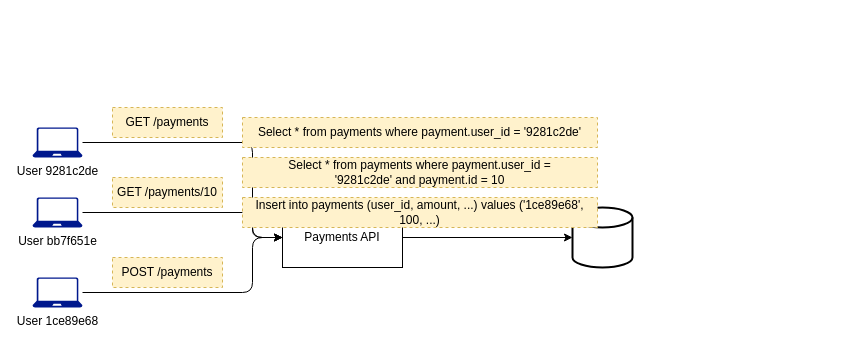
This is page "11.9" (9 of 10) of ch11.drawio from abunuwas/api-sec-book-imgs, a draw.io file, before an edit. Source tidied: cells renumbered, new cells numbered last; positions are measured from the earlier drawing's top-left corner, leaving out a move shared by most shapes. Both pictures are drawn from the tidied source at 100%, with x=0, y=0 at pixel (32, 107).
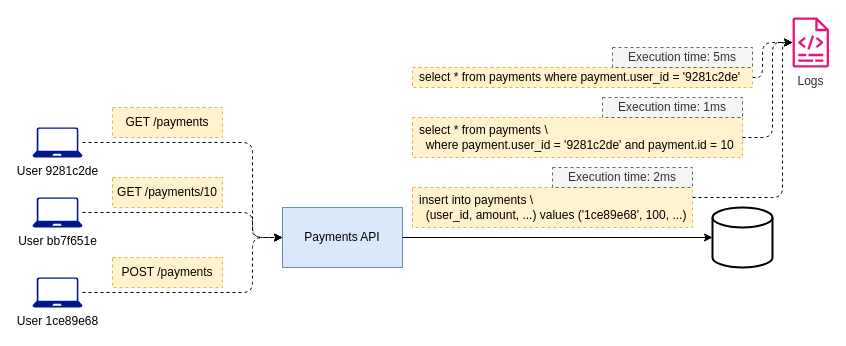
Above is the later version.

The change refers to these unchanged cells:
```xml
<mxCell id="4" value="User 9281c2de" style="sketch=0;shadow=0;dashed=0;html=1;strokeColor=none;labelPosition=center;verticalLabelPosition=bottom;verticalAlign=top;align=center;fillColor=#00188D;shape=mxgraph.azure.laptop;" parent="1" vertex="1">
  <mxGeometry y="20" width="50" height="30" as="geometry" />
</mxCell>
<mxCell id="7" value="User bb7f651e" style="sketch=0;shadow=0;dashed=0;html=1;strokeColor=none;labelPosition=center;verticalLabelPosition=bottom;verticalAlign=top;align=center;fillColor=#00188D;shape=mxgraph.azure.laptop;" parent="1" vertex="1">
  <mxGeometry y="90" width="50" height="30" as="geometry" />
</mxCell>
<mxCell id="9" value="User 1ce89e68" style="sketch=0;shadow=0;dashed=0;html=1;strokeColor=none;labelPosition=center;verticalLabelPosition=bottom;verticalAlign=top;align=center;fillColor=#00188D;shape=mxgraph.azure.laptop;" parent="1" vertex="1">
  <mxGeometry y="170" width="50" height="30" as="geometry" />
</mxCell>
```

Change to the diagram source:
```diff
@@
-    <mxCell id="2" value="Payments API" style="rounded=0;whiteSpace=wrap;html=1;" parent="1" vertex="1">
+    <mxCell id="2" value="Payments API" style="rounded=0;whiteSpace=wrap;html=1;fillColor=#dae8fc;strokeColor=#6c8ebf;" parent="1" vertex="1">
       <mxGeometry x="250" y="100" width="120" height="60" as="geometry" />
     </mxCell>
-    <mxCell id="3" style="edgeStyle=orthogonalEdgeStyle;rounded=1;jettySize=auto;html=1;entryX=0;entryY=0.5;entryDx=0;entryDy=0;curved=0;" parent="1" edge="1" source="4" target="2">
+    <mxCell id="3" style="edgeStyle=orthogonalEdgeStyle;rounded=1;jettySize=auto;html=1;entryX=0;entryY=0.5;entryDx=0;entryDy=0;curved=0;dashed=1;" parent="1" edge="1" source="4" target="2">
       <mxGeometry relative="1" as="geometry">
         <Array as="points">
           <mxPoint x="220" y="35" />
           <mxPoint x="220" y="130" />
         </Array>
       </mxGeometry>
     </mxCell>
@@
     <mxCell id="5" style="strokeWidth=2;html=1;shape=mxgraph.flowchart.database;whiteSpace=wrap;" parent="1" vertex="1">
-      <mxGeometry x="540" y="100" width="60" height="60" as="geometry" />
+      <mxGeometry x="680" y="100" width="60" height="60" as="geometry" />
     </mxCell>
-    <mxCell id="6" style="edgeStyle=orthogonalEdgeStyle;rounded=1;jettySize=auto;html=1;entryX=0;entryY=0.5;entryDx=0;entryDy=0;curved=0;" parent="1" edge="1" source="7" target="2">
+    <mxCell id="6" style="edgeStyle=orthogonalEdgeStyle;rounded=1;jettySize=auto;html=1;entryX=0;entryY=0.5;entryDx=0;entryDy=0;curved=0;dashed=1;" parent="1" edge="1" source="7" target="2">
       <mxGeometry relative="1" as="geometry">
         <Array as="points">
           <mxPoint x="220" y="105" />
           <mxPoint x="220" y="130" />
         </Array>
       </mxGeometry>
     </mxCell>
@@
-    <mxCell id="8" style="edgeStyle=orthogonalEdgeStyle;rounded=1;jettySize=auto;html=1;entryX=0;entryY=0.5;entryDx=0;entryDy=0;curved=0;" parent="1" edge="1" source="9" target="2">
+    <mxCell id="8" style="edgeStyle=orthogonalEdgeStyle;rounded=1;jettySize=auto;html=1;entryX=0;entryY=0.5;entryDx=0;entryDy=0;curved=0;dashed=1;" parent="1" edge="1" source="9" target="2">
       <mxGeometry relative="1" as="geometry">
         <Array as="points">
           <mxPoint x="220" y="185" />
           <mxPoint x="220" y="130" />
         </Array>
       </mxGeometry>
     </mxCell>
@@
+    <mxCell id="17" style="edgeStyle=orthogonalEdgeStyle;rounded=1;jettySize=auto;html=1;curved=0;dashed=1;" parent="1" edge="1" source="14" target="20">
+      <mxGeometry relative="1" as="geometry">
+        <Array as="points">
+          <mxPoint x="730" y="-30" />
+          <mxPoint x="730" y="-65" />
+        </Array>
+      </mxGeometry>
+    </mxCell>
-    <mxCell id="14" value="Select * from payments where payment.user_id = '&lt;span style=&quot;text-wrap-mode: nowrap;&quot;&gt;9281c2de'&lt;/span&gt;" style="text;html=1;align=center;verticalAlign=middle;whiteSpace=wrap;rounded=0;dashed=1;fillColor=#fff2cc;strokeColor=#d6b656;" parent="1" vertex="1">
-      <mxGeometry x="210" y="10" width="355" height="30" as="geometry" />
+    <mxCell id="14" value="select * from payments where payment.user_id = '&lt;span style=&quot;text-wrap-mode: nowrap;&quot;&gt;9281c2de'&lt;/span&gt;" style="text;html=1;align=left;verticalAlign=middle;whiteSpace=wrap;rounded=0;dashed=1;fillColor=#fff2cc;strokeColor=#d6b656;spacingLeft=5;" parent="1" vertex="1">
+      <mxGeometry x="380" y="-40" width="340" height="20" as="geometry" />
     </mxCell>
+    <mxCell id="18" style="edgeStyle=orthogonalEdgeStyle;rounded=1;jettySize=auto;html=1;curved=0;dashed=1;" parent="1" edge="1" source="15" target="20">
+      <mxGeometry relative="1" as="geometry">
+        <Array as="points">
+          <mxPoint x="740" y="30" />
+          <mxPoint x="740" y="-65" />
+        </Array>
+      </mxGeometry>
+    </mxCell>
-    <mxCell id="15" value="Select * from payments where payment.user_id = '&lt;span style=&quot;text-wrap-mode: nowrap;&quot;&gt;9281c2de' and payment.id = 10&lt;/span&gt;" style="text;html=1;align=center;verticalAlign=middle;whiteSpace=wrap;rounded=0;dashed=1;fillColor=#fff2cc;strokeColor=#d6b656;" parent="1" vertex="1">
-      <mxGeometry x="210" y="50" width="355" height="30" as="geometry" />
+    <mxCell id="15" value="select * from payments \&lt;div&gt;&amp;nbsp; where payment.user_id = '&lt;span style=&quot;text-wrap-mode: nowrap;&quot;&gt;9281c2de' and payment.id = 10&lt;/span&gt;&lt;/div&gt;" style="text;html=1;align=left;verticalAlign=middle;whiteSpace=wrap;rounded=0;dashed=1;fillColor=#fff2cc;strokeColor=#d6b656;spacingLeft=5;" parent="1" vertex="1">
+      <mxGeometry x="380" y="10" width="330" height="40" as="geometry" />
     </mxCell>
+    <mxCell id="19" style="edgeStyle=orthogonalEdgeStyle;rounded=1;jettySize=auto;html=1;curved=0;dashed=1;" parent="1" edge="1" source="16" target="20">
+      <mxGeometry relative="1" as="geometry">
+        <Array as="points">
+          <mxPoint x="750" y="90" />
+          <mxPoint x="750" y="-65" />
+        </Array>
+      </mxGeometry>
+    </mxCell>
-    <mxCell id="16" value="Insert into payments (user_id, amount, ...) values ('1ce89e68', 100, ...)" style="text;html=1;align=center;verticalAlign=middle;whiteSpace=wrap;rounded=0;dashed=1;fillColor=#fff2cc;strokeColor=#d6b656;" parent="1" vertex="1">
-      <mxGeometry x="210" y="90" width="355" height="30" as="geometry" />
+    <mxCell id="16" value="insert into payments \&lt;div&gt;&amp;nbsp; (user_id, amount, ...) values ('1ce89e68', 100, ...)&lt;/div&gt;" style="text;html=1;align=left;verticalAlign=middle;whiteSpace=wrap;rounded=0;dashed=1;fillColor=#fff2cc;strokeColor=#d6b656;spacingLeft=5;" parent="1" vertex="1">
+      <mxGeometry x="380" y="80" width="280" height="40" as="geometry" />
     </mxCell>
+    <mxCell id="20" value="Logs" style="sketch=0;outlineConnect=0;fontColor=#232F3E;gradientColor=none;fillColor=#E7157B;strokeColor=none;dashed=0;verticalLabelPosition=bottom;verticalAlign=top;align=center;html=1;fontSize=12;fontStyle=0;shape=mxgraph.aws4.logs;" parent="1" vertex="1">
+      <mxGeometry x="760" y="-90" width="36.5" height="50" as="geometry" />
+    </mxCell>
+    <mxCell id="21" value="Execution time: 5ms" style="text;html=1;align=center;verticalAlign=middle;whiteSpace=wrap;rounded=0;strokeColor=#666666;dashed=1;fillColor=#f5f5f5;fontColor=#333333;" parent="1" vertex="1">
+      <mxGeometry x="580" y="-60" width="140" height="20" as="geometry" />
+    </mxCell>
+    <mxCell id="22" value="Execution time: 1ms" style="text;html=1;align=center;verticalAlign=middle;whiteSpace=wrap;rounded=0;strokeColor=#666666;dashed=1;fillColor=#f5f5f5;fontColor=#333333;" parent="1" vertex="1">
+      <mxGeometry x="570" y="-10" width="140" height="20" as="geometry" />
+    </mxCell>
+    <mxCell id="23" value="Execution time: 2ms" style="text;html=1;align=center;verticalAlign=middle;whiteSpace=wrap;rounded=0;strokeColor=#666666;dashed=1;fillColor=#f5f5f5;fontColor=#333333;" parent="1" vertex="1">
+      <mxGeometry x="520" y="60" width="140" height="20" as="geometry" />
+    </mxCell>
```
